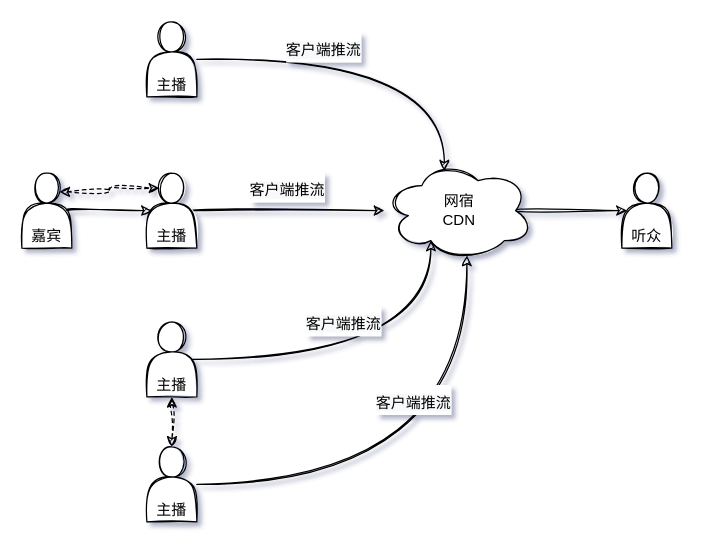
This is page "第 2 页" (2 of 3) of drawio/agora.drawio from zhixinpeng/storage, a draw.io file, before an edit. Source tidied: cells renumbered, new cells numbered last; positions are measured from the earlier drawing's top-left corner, leaving out a move shared by most shapes. Both pictures are drawn from the tidied source at 125%, with x=0, y=0 at pixel (21, 21).
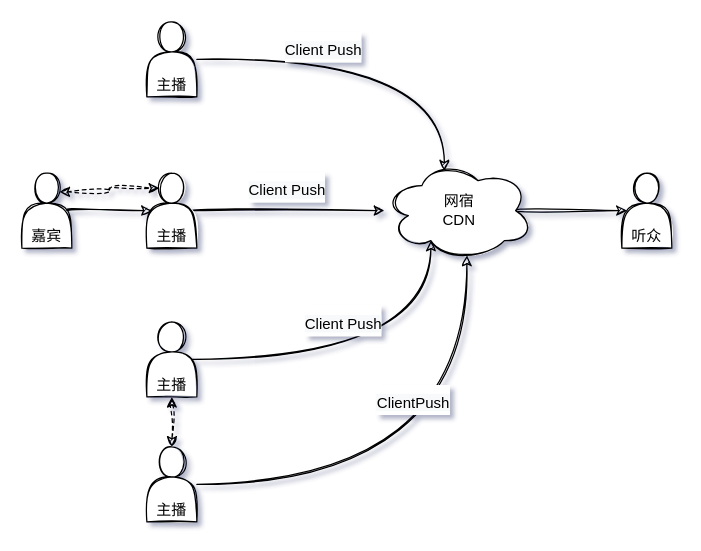
The same page after the edit.

The change refers to these unchanged cells:
```xml
<mxCell id="5" style="edgeStyle=orthogonalEdgeStyle;rounded=0;hachureGap=4;jiggle=2;jettySize=auto;html=1;entryX=0.4;entryY=0.1;entryDx=0;entryDy=0;entryPerimeter=0;fontFamily=Architects Daughter;fontSize=16;sketch=1;curved=1;" parent="1" edge="1" source="7" target="3">
  <mxGeometry relative="1" as="geometry" />
</mxCell>
<mxCell id="8" style="edgeStyle=orthogonalEdgeStyle;rounded=0;hachureGap=4;jiggle=2;jettySize=auto;html=1;exitX=0.9;exitY=0.5;exitDx=0;exitDy=0;exitPerimeter=0;fontFamily=Architects Daughter;fontSize=16;sketch=1;curved=1;" parent="1" edge="1" source="10" target="3">
  <mxGeometry relative="1" as="geometry" />
</mxCell>
<mxCell id="14" style="edgeStyle=orthogonalEdgeStyle;rounded=0;hachureGap=4;jiggle=2;jettySize=auto;html=1;exitX=0.9;exitY=0.5;exitDx=0;exitDy=0;exitPerimeter=0;entryX=0.31;entryY=0.8;entryDx=0;entryDy=0;entryPerimeter=0;fontFamily=Architects Daughter;fontSize=16;sketch=1;curved=1;" parent="1" edge="1" source="17" target="3">
  <mxGeometry relative="1" as="geometry" />
</mxCell>
<mxCell id="18" style="edgeStyle=orthogonalEdgeStyle;rounded=0;hachureGap=4;jiggle=2;jettySize=auto;html=1;entryX=0.55;entryY=0.95;entryDx=0;entryDy=0;entryPerimeter=0;fontFamily=Architects Daughter;fontSize=16;sketch=1;curved=1;" parent="1" edge="1" source="20" target="3">
  <mxGeometry relative="1" as="geometry" />
</mxCell>
```

The edit, as a diff of the source:
```diff
@@
-    <mxCell id="6" value="&lt;span style=&quot;font-family: Helvetica; font-size: 12px; background-color: rgb(248, 249, 250);&quot;&gt;客户端推流&lt;/span&gt;" style="edgeLabel;html=1;align=center;verticalAlign=bottom;fontSize=20;fontFamily=Architects Daughter;" parent="5" vertex="1">
+    <mxCell id="6" value="&lt;span style=&quot;font-family: Helvetica; font-size: 12px; background-color: rgb(248, 249, 250);&quot;&gt;Client Push&lt;/span&gt;" style="edgeLabel;html=1;align=center;verticalAlign=bottom;fontSize=20;fontFamily=Architects Daughter;" parent="5" vertex="1">
       <mxGeometry x="-0.3" y="-3" relative="1" as="geometry">
         <mxPoint y="1" as="offset" />
       </mxGeometry>
     </mxCell>
@@
-    <mxCell id="9" value="&lt;span style=&quot;font-family: Helvetica; font-size: 12px; background-color: rgb(248, 249, 250);&quot;&gt;客户端推流&lt;/span&gt;" style="edgeLabel;html=1;align=center;verticalAlign=bottom;fontSize=20;fontFamily=Architects Daughter;" parent="8" vertex="1">
+    <mxCell id="9" value="&lt;span style=&quot;font-family: Helvetica; font-size: 12px; background-color: rgb(248, 249, 250);&quot;&gt;Client Push&lt;/span&gt;" style="edgeLabel;html=1;align=center;verticalAlign=bottom;fontSize=20;fontFamily=Architects Daughter;" parent="8" vertex="1">
       <mxGeometry x="-0.03" y="6" relative="1" as="geometry">
         <mxPoint y="1" as="offset" />
       </mxGeometry>
     </mxCell>
@@
-    <mxCell id="15" value="&lt;span style=&quot;font-family: Helvetica; font-size: 12px; background-color: rgb(248, 249, 250);&quot;&gt;客户端推流&lt;/span&gt;" style="edgeLabel;html=1;align=center;verticalAlign=bottom;fontSize=20;fontFamily=Architects Daughter;" parent="14" vertex="1">
+    <mxCell id="15" value="&lt;font face=&quot;Helvetica&quot;&gt;&lt;span style=&quot;font-size: 12px; background-color: rgb(248, 249, 250);&quot;&gt;Client Push&lt;/span&gt;&lt;/font&gt;" style="edgeLabel;html=1;align=center;verticalAlign=bottom;fontSize=20;fontFamily=Architects Daughter;" parent="14" vertex="1">
       <mxGeometry x="-0.16" y="18" relative="1" as="geometry">
         <mxPoint y="1" as="offset" />
       </mxGeometry>
     </mxCell>
@@
-    <mxCell id="19" value="&lt;span style=&quot;font-family: Helvetica; font-size: 12px; background-color: rgb(248, 249, 250);&quot;&gt;客户端推流&lt;/span&gt;" style="edgeLabel;html=1;align=center;verticalAlign=bottom;fontSize=20;fontFamily=Architects Daughter;" parent="18" vertex="1">
+    <mxCell id="19" value="&lt;span style=&quot;font-family: Helvetica; font-size: 12px; background-color: rgb(248, 249, 250);&quot;&gt;ClientPush&lt;/span&gt;" style="edgeLabel;html=1;align=center;verticalAlign=bottom;fontSize=20;fontFamily=Architects Daughter;" parent="18" vertex="1">
       <mxGeometry x="0.36" y="44" relative="1" as="geometry">
         <mxPoint y="1" as="offset" />
       </mxGeometry>
     </mxCell>
```
